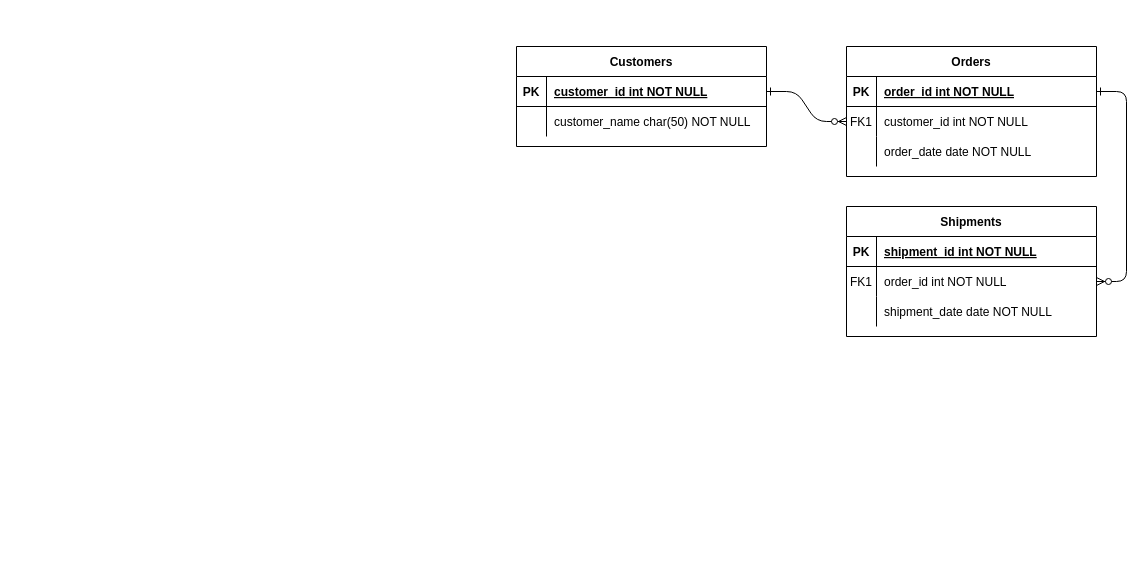
This is Untitled Diagram.drawio from CapistranoJA/NULJobSpot, a draw.io file, before an edit. Source tidied: cells renumbered, new cells numbered last; positions are measured from the earlier drawing's top-left corner, leaving out a move shared by most shapes. Both pictures are drawn from the tidied source at 100%, with x=0, y=0 at pixel (516, 46).
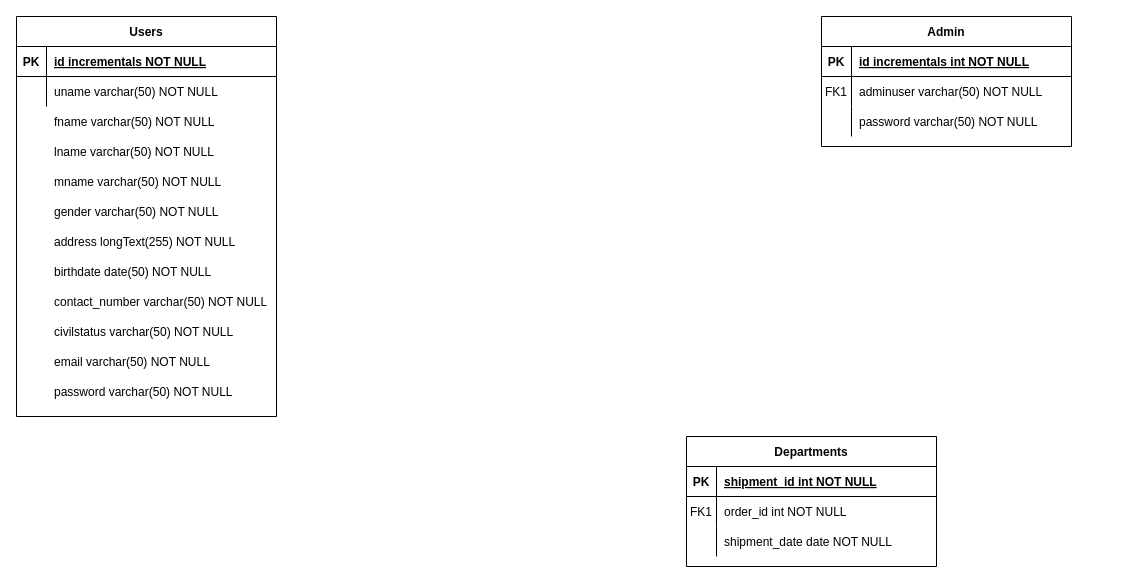
After the change.

Commit message:
Update NUL-JobSpot Diagram.drawio

The change refers to these unchanged cells:
```xml
<mxCell id="5" style="shape=partialRectangle;fillColor=none;points=[[0,0.5],[1,0.5]];portConstraint=eastwest;top=0;left=0;right=0;bottom=1;" parent="4" vertex="1">
  <mxGeometry y="30" width="250" height="30" as="geometry" />
</mxCell>
<mxCell id="8" style="shape=partialRectangle;fillColor=none;points=[[0,0.5],[1,0.5]];portConstraint=eastwest;top=0;left=0;right=0;bottom=0;" parent="4" vertex="1">
  <mxGeometry y="60" width="250" height="30" as="geometry" />
</mxCell>
<mxCell id="11" style="shape=partialRectangle;fillColor=none;top=0;left=0;right=0;bottom=0;" parent="4" vertex="1">
  <mxGeometry y="90" width="250" height="30" as="geometry" />
</mxCell>
<mxCell id="18" style="shape=partialRectangle;fillColor=none;points=[[0,0.5],[1,0.5]];portConstraint=eastwest;top=0;left=0;right=0;bottom=0;" parent="14" vertex="1">
  <mxGeometry y="60" width="250" height="30" as="geometry" />
</mxCell>
```

Diff of the diagram source:
```diff
@@
-    <mxCell id="2" style="edgeStyle=entityRelationEdgeStyle;endArrow=ERzeroToMany;startArrow=ERone;endFill=1;startFill=0;" parent="1" edge="1" source="25" target="8">
-      <mxGeometry relative="1" as="geometry" />
-    </mxCell>
-    <mxCell id="3" style="edgeStyle=entityRelationEdgeStyle;endArrow=ERzeroToMany;startArrow=ERone;endFill=1;startFill=0;" parent="1" edge="1" source="5" target="18">
-      <mxGeometry relative="1" as="geometry" />
-    </mxCell>
-    <mxCell id="4" value="Orders" style="shape=table;startSize=30;childLayout=tableLayout;rowLines=0;fontStyle=1;align=center;" parent="1" vertex="1">
-      <mxGeometry x="330" width="250" height="130" as="geometry" />
+    <mxCell id="4" value="Admin" style="shape=table;startSize=30;childLayout=tableLayout;rowLines=0;fontStyle=1;align=center;" parent="1" vertex="1">
+      <mxGeometry x="305" y="-30" width="250" height="130" as="geometry" />
     </mxCell>
@@
-    <mxCell id="7" value="order_id int NOT NULL " style="shape=partialRectangle;overflow=hidden;fillColor=none;top=0;left=0;bottom=0;right=0;align=left;spacingLeft=6;fontStyle=5;" parent="5" vertex="1">
+    <mxCell id="7" value="id incrementals int NOT NULL " style="shape=partialRectangle;overflow=hidden;fillColor=none;top=0;left=0;bottom=0;right=0;align=left;spacingLeft=6;fontStyle=5;" parent="5" vertex="1">
       <mxGeometry x="30" width="220" height="30" as="geometry" />
     </mxCell>
@@
-    <mxCell id="10" value="customer_id int NOT NULL" style="shape=partialRectangle;overflow=hidden;fillColor=none;top=0;left=0;bottom=0;right=0;align=left;spacingLeft=6;" parent="8" vertex="1">
+    <mxCell id="10" value="adminuser varchar(50) NOT NULL" style="shape=partialRectangle;overflow=hidden;fillColor=none;top=0;left=0;bottom=0;right=0;align=left;spacingLeft=6;" parent="8" vertex="1">
       <mxGeometry x="30" width="220" height="30" as="geometry" />
     </mxCell>
@@
-    <mxCell id="13" value="order_date date NOT NULL" style="shape=partialRectangle;overflow=hidden;fillColor=none;top=0;left=0;bottom=0;right=0;align=left;spacingLeft=6;" parent="11" vertex="1">
+    <mxCell id="13" value="password varchar(50) NOT NULL" style="shape=partialRectangle;overflow=hidden;fillColor=none;top=0;left=0;bottom=0;right=0;align=left;spacingLeft=6;" parent="11" vertex="1">
       <mxGeometry x="30" width="220" height="30" as="geometry" />
     </mxCell>
-    <mxCell id="14" value="Shipments" style="shape=table;startSize=30;childLayout=tableLayout;rowLines=0;fontStyle=1;align=center;" parent="1" vertex="1">
-      <mxGeometry x="330" y="160" width="250" height="130" as="geometry" />
+    <mxCell id="14" value="Departments" style="shape=table;startSize=30;childLayout=tableLayout;rowLines=0;fontStyle=1;align=center;" parent="1" vertex="1">
+      <mxGeometry x="170" y="390" width="250" height="130" as="geometry" />
     </mxCell>
@@
+    <mxCell id="31" style="group;" parent="1" vertex="1">
+      <mxGeometry x="-500" y="-30" width="260" height="400" as="geometry" />
+    </mxCell>
+    <mxCell id="32" style="group;" parent="31" vertex="1">
+      <mxGeometry width="260" height="400" as="geometry" />
+    </mxCell>
-    <mxCell id="24" value="Customers" style="shape=table;startSize=30;childLayout=tableLayout;rowLines=0;fontStyle=1;align=center;" parent="1" vertex="1">
-      <mxGeometry width="250" height="100" as="geometry" />
+    <mxCell id="24" value="Users" style="shape=table;startSize=30;childLayout=tableLayout;rowLines=0;fontStyle=1;align=center;" parent="32" vertex="1">
+      <mxGeometry width="260" height="400" as="geometry" />
     </mxCell>
     <mxCell id="25" style="shape=partialRectangle;fillColor=none;points=[[0,0.5],[1,0.5]];portConstraint=eastwest;top=0;left=0;right=0;bottom=1;" parent="24" vertex="1">
-      <mxGeometry y="30" width="250" height="30" as="geometry" />
+      <mxGeometry y="30" width="260" height="30" as="geometry" />
     </mxCell>
@@
-    <mxCell id="27" value="customer_id int NOT NULL " style="shape=partialRectangle;overflow=hidden;fillColor=none;top=0;left=0;bottom=0;right=0;align=left;spacingLeft=6;fontStyle=5;" parent="25" vertex="1">
-      <mxGeometry x="30" width="220" height="30" as="geometry" />
+    <mxCell id="27" value="id incrementals NOT NULL " style="shape=partialRectangle;overflow=hidden;fillColor=none;top=0;left=0;bottom=0;right=0;align=left;spacingLeft=6;fontStyle=5;" parent="25" vertex="1">
+      <mxGeometry x="30" width="230" height="30" as="geometry" />
     </mxCell>
     <mxCell id="28" style="shape=partialRectangle;fillColor=none;top=0;left=0;right=0;bottom=0;" parent="24" vertex="1">
-      <mxGeometry y="60" width="250" height="30" as="geometry" />
+      <mxGeometry y="60" width="260" height="30" as="geometry" />
     </mxCell>
@@
-    <mxCell id="30" value="customer_name char(50) NOT NULL" style="shape=partialRectangle;overflow=hidden;fillColor=none;top=0;left=0;bottom=0;right=0;align=left;spacingLeft=6;" parent="28" vertex="1">
-      <mxGeometry x="30" width="220" height="30" as="geometry" />
+    <mxCell id="30" value="uname varchar(50) NOT NULL" style="shape=partialRectangle;overflow=hidden;fillColor=none;top=0;left=0;bottom=0;right=0;align=left;spacingLeft=6;" parent="28" vertex="1">
+      <mxGeometry x="30" width="230" height="30" as="geometry" />
     </mxCell>
+    <mxCell id="33" value="fname varchar(50) NOT NULL" style="shape=partialRectangle;overflow=hidden;fillColor=none;top=0;left=0;bottom=0;right=0;align=left;spacingLeft=6;" parent="32" vertex="1">
+      <mxGeometry x="30" y="90" width="220" height="30" as="geometry" />
+    </mxCell>
+    <mxCell id="34" value="lname varchar(50) NOT NULL" style="shape=partialRectangle;overflow=hidden;fillColor=none;top=0;left=0;bottom=0;right=0;align=left;spacingLeft=6;" parent="32" vertex="1">
+      <mxGeometry x="30" y="120" width="220" height="30" as="geometry" />
+    </mxCell>
+    <mxCell id="35" value="mname varchar(50) NOT NULL" style="shape=partialRectangle;overflow=hidden;fillColor=none;top=0;left=0;bottom=0;right=0;align=left;spacingLeft=6;" parent="32" vertex="1">
+      <mxGeometry x="30" y="150" width="220" height="30" as="geometry" />
+    </mxCell>
+    <mxCell id="36" value="gender varchar(50) NOT NULL" style="shape=partialRectangle;overflow=hidden;fillColor=none;top=0;left=0;bottom=0;right=0;align=left;spacingLeft=6;" parent="32" vertex="1">
+      <mxGeometry x="30" y="180" width="220" height="30" as="geometry" />
+    </mxCell>
+    <mxCell id="37" value="address longText(255) NOT NULL" style="shape=partialRectangle;overflow=hidden;fillColor=none;top=0;left=0;bottom=0;right=0;align=left;spacingLeft=6;" parent="32" vertex="1">
+      <mxGeometry x="30" y="210" width="220" height="30" as="geometry" />
+    </mxCell>
+    <mxCell id="38" value="birthdate date(50) NOT NULL" style="shape=partialRectangle;overflow=hidden;fillColor=none;top=0;left=0;bottom=0;right=0;align=left;spacingLeft=6;" parent="32" vertex="1">
+      <mxGeometry x="30" y="240" width="220" height="30" as="geometry" />
+    </mxCell>
+    <mxCell id="39" value="contact_number varchar(50) NOT NULL" style="shape=partialRectangle;overflow=hidden;fillColor=none;top=0;left=0;bottom=0;right=0;align=left;spacingLeft=6;" parent="32" vertex="1">
+      <mxGeometry x="30" y="270" width="220" height="30" as="geometry" />
+    </mxCell>
+    <mxCell id="40" value="civilstatus varchar(50) NOT NULL" style="shape=partialRectangle;overflow=hidden;fillColor=none;top=0;left=0;bottom=0;right=0;align=left;spacingLeft=6;" parent="32" vertex="1">
+      <mxGeometry x="30" y="300" width="220" height="30" as="geometry" />
+    </mxCell>
+    <mxCell id="41" value="email varchar(50) NOT NULL" style="shape=partialRectangle;overflow=hidden;fillColor=none;top=0;left=0;bottom=0;right=0;align=left;spacingLeft=6;" parent="32" vertex="1">
+      <mxGeometry x="30" y="330" width="220" height="30" as="geometry" />
+    </mxCell>
+    <mxCell id="42" value="password varchar(50) NOT NULL" style="shape=partialRectangle;overflow=hidden;fillColor=none;top=0;left=0;bottom=0;right=0;align=left;spacingLeft=6;" parent="32" vertex="1">
+      <mxGeometry x="30" y="360" width="220" height="30" as="geometry" />
+    </mxCell>
```
